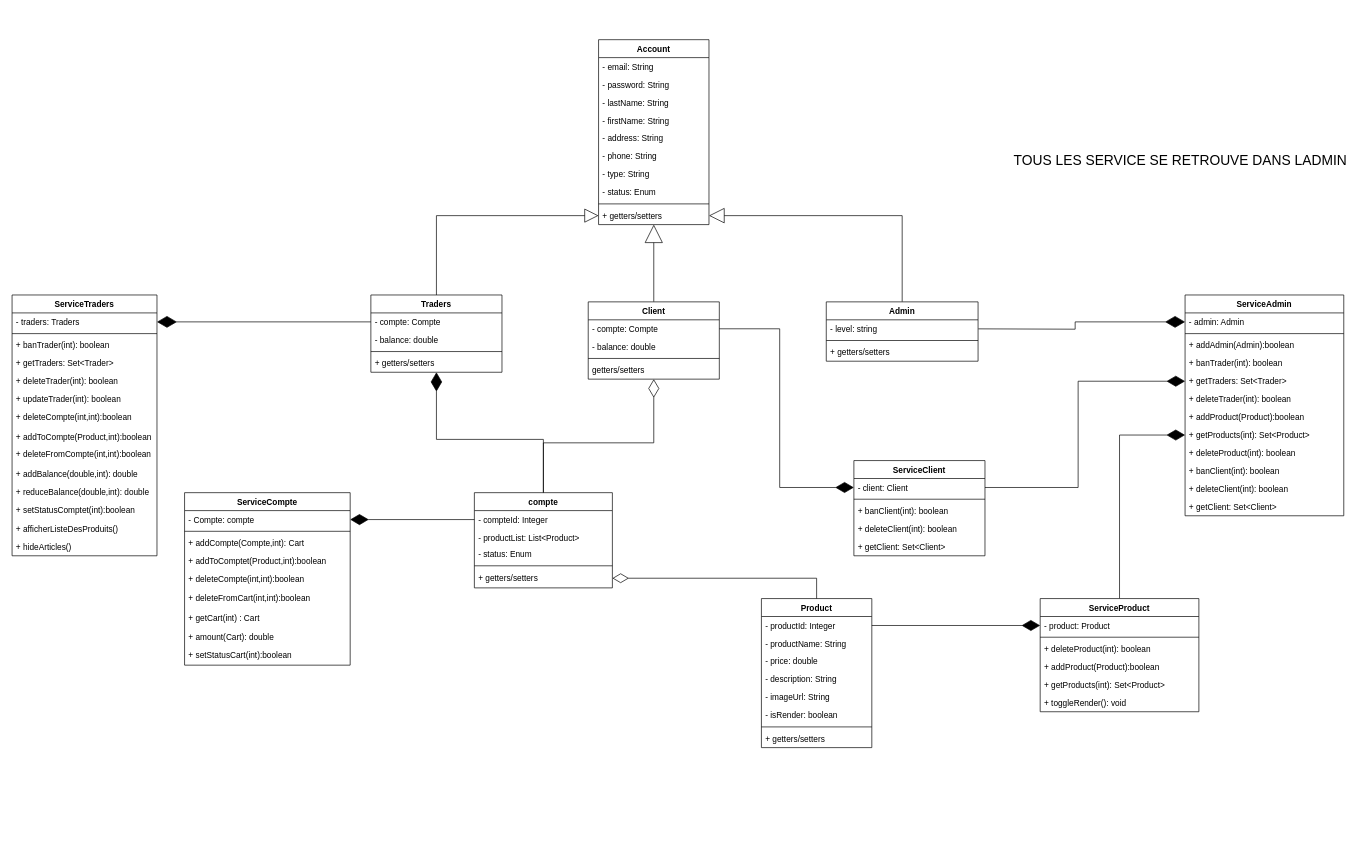
0xD34DC0DE/TP2 keeps this draw.io diagram as code/diagramTp2.drawio. Above is the earlier version. Source tidied: cells renumbered, new cells numbered last; positions are measured from the earlier drawing's top-left corner, leaving out a move shared by most shapes. Both pictures are drawn from the tidied source at 69%, with x=0, y=0 at pixel (12, 39).
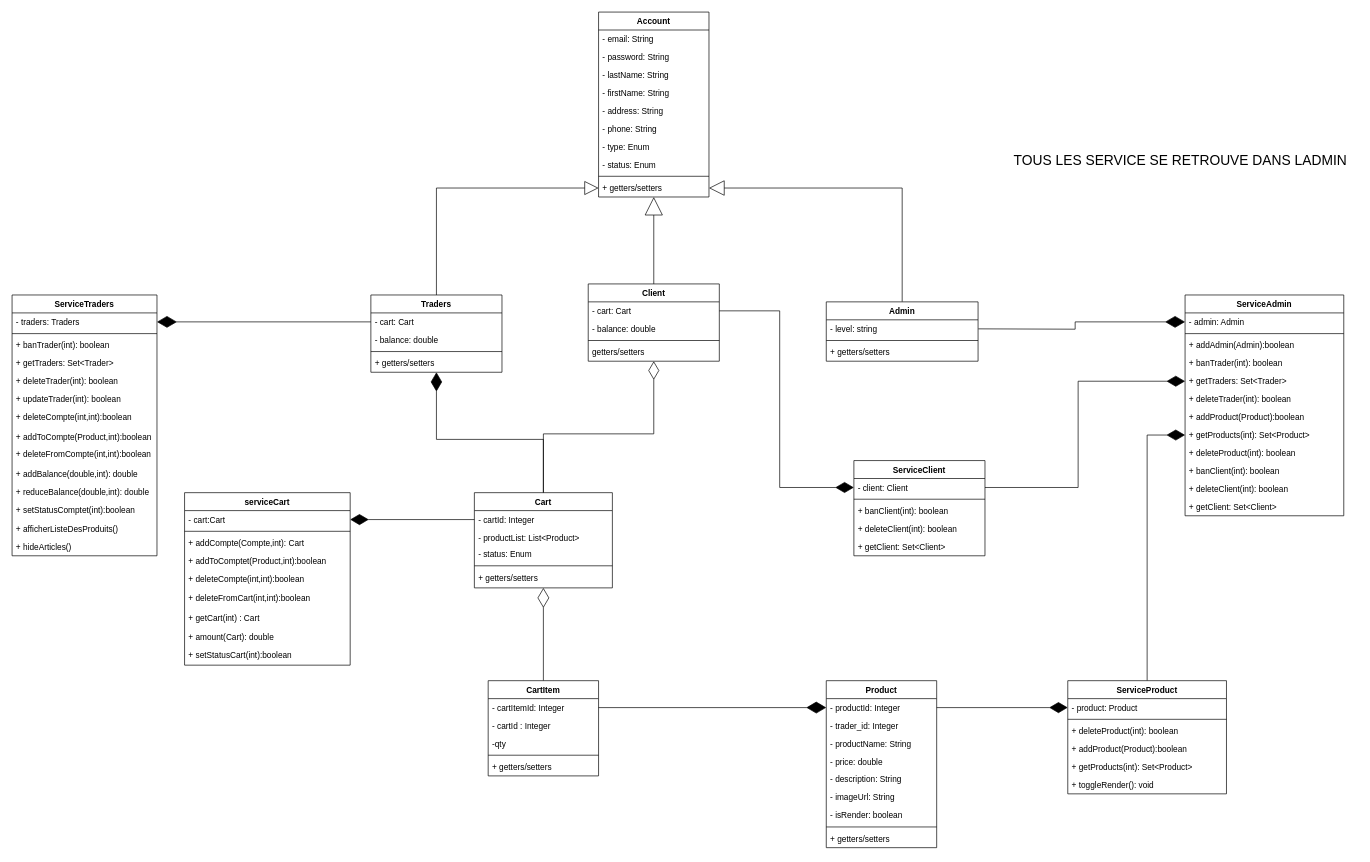
Above is the later version.

Unchanged cells that the change refers to:
```xml
<mxCell id="3" value="Traders" style="swimlane;fontStyle=1;align=center;verticalAlign=top;horizontal=1;startSize=26;" parent="1" vertex="1">
  <mxGeometry x="520" y="370" width="190" height="112" as="geometry" />
</mxCell>
<mxCell id="25" value="- productId: Integer" style="text;strokeColor=none;fillColor=none;align=left;verticalAlign=top;spacingLeft=4;spacingRight=4;overflow=hidden;points=[[0,0.5],[1,0.5]];portConstraint=eastwest;" parent="24" vertex="1">
  <mxGeometry y="26" width="160" height="26" as="geometry" />
</mxCell>
<mxCell id="39" value="+ getters/setters" style="text;strokeColor=none;fillColor=none;align=left;verticalAlign=top;spacingLeft=4;spacingRight=4;overflow=hidden;points=[[0,0.5],[1,0.5]];portConstraint=eastwest;" parent="34" vertex="1">
  <mxGeometry y="110" width="200" height="28" as="geometry" />
</mxCell>
```

What changed in the source:
```diff
@@
-    <mxCell id="4" value="- compte: Compte" style="text;strokeColor=none;fillColor=none;align=left;verticalAlign=top;spacingLeft=4;spacingRight=4;overflow=hidden;points=[[0,0.5],[1,0.5]];portConstraint=eastwest;" parent="3" vertex="1">
+    <mxCell id="4" value="- cart: Cart" style="text;strokeColor=none;fillColor=none;align=left;verticalAlign=top;spacingLeft=4;spacingRight=4;overflow=hidden;points=[[0,0.5],[1,0.5]];portConstraint=eastwest;" parent="3" vertex="1">
       <mxGeometry y="26" width="190" height="26" as="geometry" />
     </mxCell>
@@
     <mxCell id="13" value="Account" style="swimlane;fontStyle=1;align=center;verticalAlign=top;horizontal=1;startSize=26;" parent="1" vertex="1">
-      <mxGeometry x="850" width="160" height="268" as="geometry" />
+      <mxGeometry x="850" y="-40" width="160" height="268" as="geometry" />
     </mxCell>
@@
-    <mxCell id="20" value="- type: String" style="text;strokeColor=none;fillColor=none;align=left;verticalAlign=top;spacingLeft=4;spacingRight=4;overflow=hidden;" parent="13" vertex="1">
+    <mxCell id="20" value="- type: Enum" style="text;strokeColor=none;fillColor=none;align=left;verticalAlign=top;spacingLeft=4;spacingRight=4;overflow=hidden;" parent="13" vertex="1">
       <mxGeometry y="182" width="160" height="26" as="geometry" />
     </mxCell>
@@
     <mxCell id="24" value="Product" style="swimlane;fontStyle=1;align=center;verticalAlign=top;horizontal=1;startSize=26;" parent="1" vertex="1">
-      <mxGeometry x="1086" y="810" width="160" height="216" as="geometry" />
+      <mxGeometry x="1180" y="929" width="160" height="242" as="geometry" />
     </mxCell>
@@
+    <mxCell id="107" value="- trader_id: Integer" style="text;strokeColor=none;fillColor=none;align=left;verticalAlign=top;spacingLeft=4;spacingRight=4;overflow=hidden;" parent="24" vertex="1">
+      <mxGeometry y="52" width="160" height="26" as="geometry" />
+    </mxCell>
     <mxCell id="26" value="- productName: String" style="text;strokeColor=none;fillColor=none;align=left;verticalAlign=top;spacingLeft=4;spacingRight=4;overflow=hidden;" parent="24" vertex="1">
-      <mxGeometry y="52" width="160" height="26" as="geometry" />
+      <mxGeometry y="78" width="160" height="26" as="geometry" />
     </mxCell>
     <mxCell id="27" value="- price: double" style="text;strokeColor=none;fillColor=none;align=left;verticalAlign=top;spacingLeft=4;spacingRight=4;overflow=hidden;" parent="24" vertex="1">
-      <mxGeometry y="78" width="160" height="26" as="geometry" />
+      <mxGeometry y="104" width="160" height="26" as="geometry" />
     </mxCell>
     <mxCell id="28" value="- description: String" style="text;strokeColor=none;fillColor=none;align=left;verticalAlign=top;spacingLeft=4;spacingRight=4;overflow=hidden;" parent="24" vertex="1">
-      <mxGeometry y="104" width="160" height="26" as="geometry" />
+      <mxGeometry y="130" width="160" height="26" as="geometry" />
     </mxCell>
     <mxCell id="29" value="- imageUrl: String" style="text;strokeColor=none;fillColor=none;align=left;verticalAlign=top;spacingLeft=4;spacingRight=4;overflow=hidden;" parent="24" vertex="1">
-      <mxGeometry y="130" width="160" height="26" as="geometry" />
+      <mxGeometry y="156" width="160" height="26" as="geometry" />
     </mxCell>
     <mxCell id="30" value="- isRender: boolean" style="text;strokeColor=none;fillColor=none;align=left;verticalAlign=top;spacingLeft=4;spacingRight=4;overflow=hidden;" parent="24" vertex="1">
-      <mxGeometry y="156" width="160" height="26" as="geometry" />
+      <mxGeometry y="182" width="160" height="26" as="geometry" />
     </mxCell>
     <mxCell id="31" style="line;strokeWidth=1;fillColor=none;align=left;verticalAlign=middle;spacingTop=-1;spacingLeft=3;spacingRight=3;labelPosition=right;" parent="24" vertex="1">
-      <mxGeometry y="182" width="160" height="8" as="geometry" />
+      <mxGeometry y="208" width="160" height="8" as="geometry" />
     </mxCell>
     <mxCell id="32" value="+ getters/setters" style="text;strokeColor=none;fillColor=none;align=left;verticalAlign=top;spacingLeft=4;spacingRight=4;overflow=hidden;" parent="24" vertex="1">
-      <mxGeometry y="190" width="160" height="26" as="geometry" />
+      <mxGeometry y="216" width="160" height="26" as="geometry" />
     </mxCell>
@@
-    <mxCell id="34" value="compte" style="swimlane;fontStyle=1;align=center;verticalAlign=top;horizontal=1;startSize=26;" parent="1" vertex="1">
+    <mxCell id="34" value="Cart" style="swimlane;fontStyle=1;align=center;verticalAlign=top;horizontal=1;startSize=26;" parent="1" vertex="1">
       <mxGeometry x="670" y="656.5" width="200" height="138" as="geometry" />
     </mxCell>
-    <mxCell id="35" value="- compteId: Integer" style="text;strokeColor=none;fillColor=none;align=left;verticalAlign=top;spacingLeft=4;spacingRight=4;overflow=hidden;points=[[0,0.5],[1,0.5]];portConstraint=eastwest;" parent="34" vertex="1">
+    <mxCell id="35" value="- cartId: Integer" style="text;strokeColor=none;fillColor=none;align=left;verticalAlign=top;spacingLeft=4;spacingRight=4;overflow=hidden;points=[[0,0.5],[1,0.5]];portConstraint=eastwest;" parent="34" vertex="1">
       <mxGeometry y="26" width="200" height="26" as="geometry" />
     </mxCell>
@@
-    <mxCell id="41" style="edgeStyle=orthogonalEdgeStyle;rounded=0;jettySize=auto;html=1;entryX=0.5;entryY=0;entryDx=0;entryDy=0;startArrow=diamondThin;startFill=0;startSize=21;endArrow=none;endFill=0;endSize=6;exitX=1;exitY=0.5;exitDx=0;exitDy=0;" parent="1" edge="1" source="39" target="24">
-      <mxGeometry relative="1" as="geometry" />
-    </mxCell>
@@
-    <mxCell id="72" value="ServiceCompte" style="swimlane;fontStyle=1;align=center;verticalAlign=top;horizontal=1;startSize=26;" parent="1" vertex="1">
+    <mxCell id="72" value="serviceCart" style="swimlane;fontStyle=1;align=center;verticalAlign=top;horizontal=1;startSize=26;" parent="1" vertex="1">
       <mxGeometry x="250" y="656.5" width="240" height="250" as="geometry" />
     </mxCell>
-    <mxCell id="73" value="- Compte: compte" style="text;strokeColor=none;fillColor=none;align=left;verticalAlign=top;spacingLeft=4;spacingRight=4;overflow=hidden;points=[[0,0.5],[1,0.5]];portConstraint=eastwest;" parent="72" vertex="1">
+    <mxCell id="73" value="- cart:Cart" style="text;strokeColor=none;fillColor=none;align=left;verticalAlign=top;spacingLeft=4;spacingRight=4;overflow=hidden;points=[[0,0.5],[1,0.5]];portConstraint=eastwest;" parent="72" vertex="1">
       <mxGeometry y="26" width="240" height="26" as="geometry" />
     </mxCell>
@@
     <mxCell id="83" value="Client" style="swimlane;fontStyle=1;align=center;verticalAlign=top;horizontal=1;startSize=26;" parent="1" vertex="1">
-      <mxGeometry x="835" y="380" width="190" height="112" as="geometry" />
+      <mxGeometry x="835" y="354" width="190" height="112" as="geometry" />
     </mxCell>
-    <mxCell id="84" value="- compte: Compte" style="text;strokeColor=none;fillColor=none;align=left;verticalAlign=top;spacingLeft=4;spacingRight=4;overflow=hidden;points=[[0,0.5],[1,0.5]];portConstraint=eastwest;" parent="83" vertex="1">
+    <mxCell id="84" value="- cart: Cart" style="text;strokeColor=none;fillColor=none;align=left;verticalAlign=top;spacingLeft=4;spacingRight=4;overflow=hidden;points=[[0,0.5],[1,0.5]];portConstraint=eastwest;" parent="83" vertex="1">
       <mxGeometry y="26" width="190" height="26" as="geometry" />
     </mxCell>
@@
     <mxCell id="97" value="ServiceProduct" style="swimlane;fontStyle=1;align=center;verticalAlign=top;horizontal=1;startSize=26;" parent="1" vertex="1">
-      <mxGeometry x="1490" y="810" width="230" height="164" as="geometry" />
+      <mxGeometry x="1530" y="929" width="230" height="164" as="geometry" />
     </mxCell>
@@
+    <mxCell id="108" style="edgeStyle=orthogonalEdgeStyle;rounded=0;jettySize=auto;html=1;exitX=0.5;exitY=0;exitDx=0;exitDy=0;endArrow=diamondThin;endFill=0;jumpSize=7;endSize=26;startSize=7;" parent="1" edge="1" source="109" target="34">
+      <mxGeometry relative="1" as="geometry" />
+    </mxCell>
+    <mxCell id="109" value="CartItem" style="swimlane;fontStyle=1;align=center;verticalAlign=top;horizontal=1;startSize=26;" parent="1" vertex="1">
+      <mxGeometry x="690" y="929" width="160" height="138" as="geometry" />
+    </mxCell>
+    <mxCell id="110" value="- cartItemId: Integer" style="text;strokeColor=none;fillColor=none;align=left;verticalAlign=top;spacingLeft=4;spacingRight=4;overflow=hidden;points=[[0,0.5],[1,0.5]];portConstraint=eastwest;" parent="109" vertex="1">
+      <mxGeometry y="26" width="160" height="26" as="geometry" />
+    </mxCell>
+    <mxCell id="111" value="- cartId : Integer" style="text;strokeColor=none;fillColor=none;align=left;verticalAlign=top;spacingLeft=4;spacingRight=4;overflow=hidden;" parent="109" vertex="1">
+      <mxGeometry y="52" width="160" height="26" as="geometry" />
+    </mxCell>
+    <mxCell id="112" value="-qty" style="text;strokeColor=none;fillColor=none;align=left;verticalAlign=top;spacingLeft=4;spacingRight=4;overflow=hidden;" parent="109" vertex="1">
+      <mxGeometry y="78" width="160" height="26" as="geometry" />
+    </mxCell>
+    <mxCell id="113" style="line;strokeWidth=1;fillColor=none;align=left;verticalAlign=middle;spacingTop=-1;spacingLeft=3;spacingRight=3;labelPosition=right;" parent="109" vertex="1">
+      <mxGeometry y="104" width="160" height="8" as="geometry" />
+    </mxCell>
+    <mxCell id="114" value="+ getters/setters" style="text;strokeColor=none;fillColor=none;align=left;verticalAlign=top;spacingLeft=4;spacingRight=4;overflow=hidden;" parent="109" vertex="1">
+      <mxGeometry y="112" width="160" height="26" as="geometry" />
+    </mxCell>
+    <mxCell id="115" style="edgeStyle=orthogonalEdgeStyle;rounded=0;jumpSize=7;jettySize=auto;html=1;exitX=1;exitY=0.5;exitDx=0;exitDy=0;entryX=0;entryY=0.5;entryDx=0;entryDy=0;startSize=7;endArrow=diamondThin;endFill=1;endSize=26;" parent="1" edge="1" source="110" target="25">
+      <mxGeometry relative="1" as="geometry" />
+    </mxCell>
```
